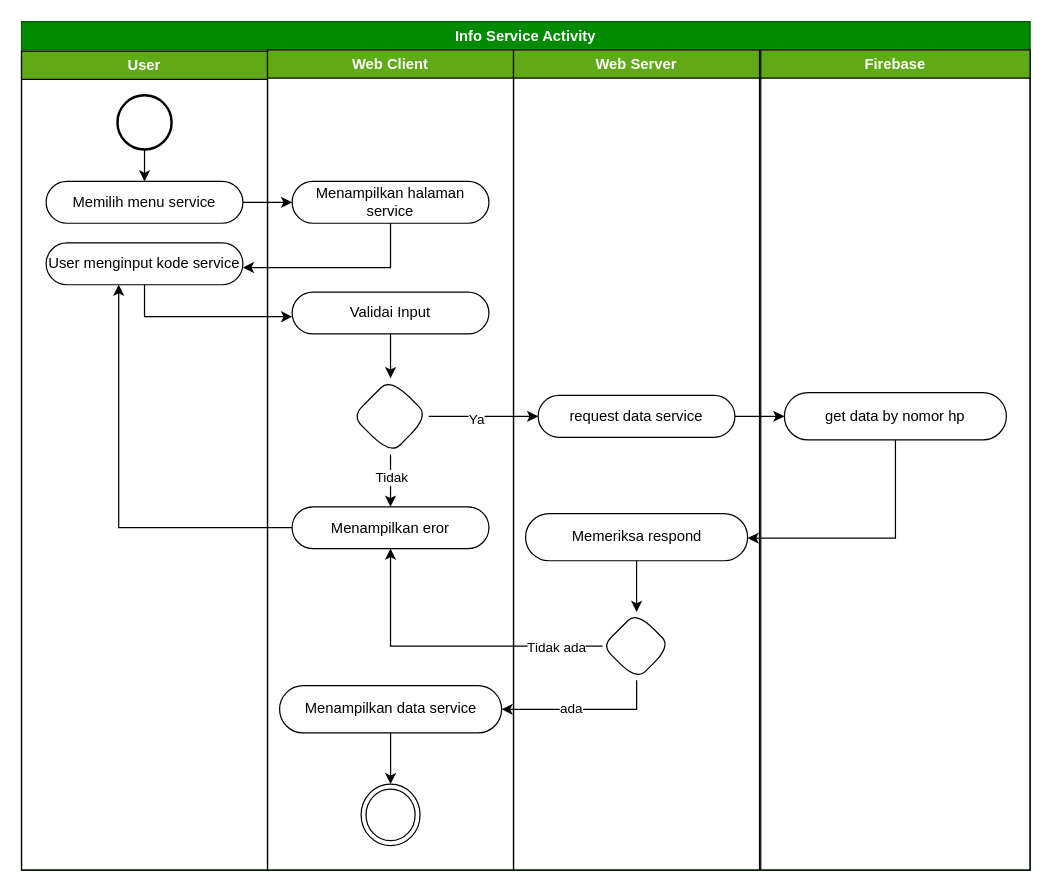
Earlier version of the draw.io diagram page "activiti service user" (14 of 43) of skrpsian.drawio (ThikerXCX/umltoko). Source tidied: cells renumbered, new cells numbered last; positions are measured from the earlier drawing's top-left corner, leaving out a move shared by most shapes. Both pictures are drawn from the tidied source at 123%, with x=0, y=0 at pixel (21, 21).
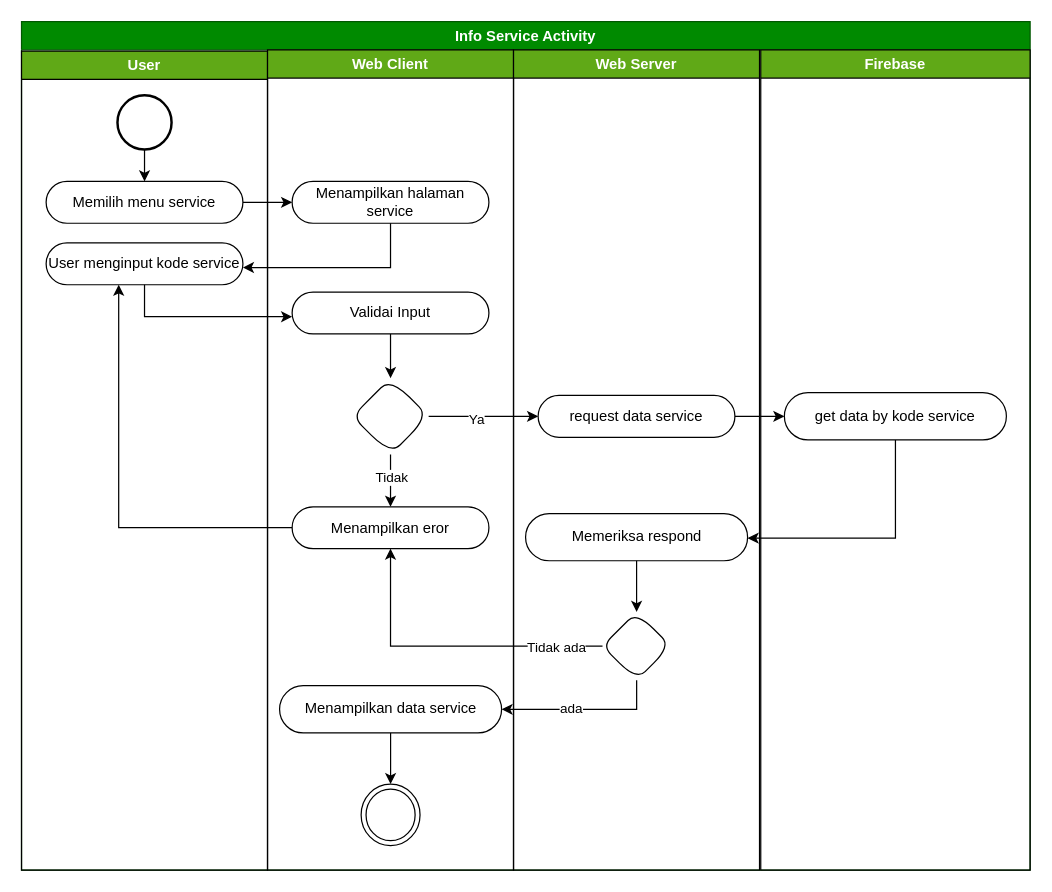
Above is the later version.

Unchanged cells that the change refers to:
```xml
<mxCell id="34" value="Firebase" style="swimlane;whiteSpace=wrap;html=1;fillColor=#60a917;strokeColor=#000000;fontColor=#ffffff;" parent="2" vertex="1">
  <mxGeometry x="601" y="23" width="219" height="667" as="geometry" />
</mxCell>
```

Change to the diagram source:
```diff
@@
-    <mxCell id="35" value="get data by nomor hp" style="rounded=1;whiteSpace=wrap;html=1;arcSize=50;fillColor=none;" parent="34" vertex="1">
+    <mxCell id="35" value="get data by kode service" style="rounded=1;whiteSpace=wrap;html=1;arcSize=50;fillColor=none;" parent="34" vertex="1">
       <mxGeometry x="19.2" y="278.8" width="180.5" height="38.4" as="geometry" />
     </mxCell>
```
